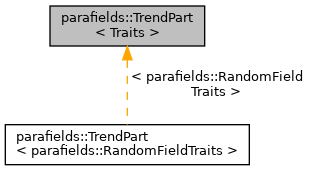
Above: a00968.png in parafields/parafields-core (Graphviz), before the change. Its source is kept beside it as a00968.dot. Source of this version:
```dot
digraph "parafields::TrendPart&lt; Traits &gt;"
{
  edge [fontname="Helvetica",fontsize="10",labelfontname="Helvetica",labelfontsize="10"];
  node [fontname="Helvetica",fontsize="10",shape=record];
  Node1 [label="parafields::TrendPart\l\< Traits \>",height=0.2,width=0.4,color="black", fillcolor="grey75", style="filled", fontcolor="black",tooltip="Part of random field that consists of deterministic components."];
  Node1 -> Node2 [dir="back",color="orange",fontsize="10",style="dashed",label=" \< parafields::RandomField\lTraits \>" ,fontname="Helvetica"];
  Node2 [label="parafields::TrendPart\l\< parafields::RandomFieldTraits \>",height=0.2,width=0.4,color="black", fillcolor="white", style="filled",URL="$a00969.html",tooltip=" "];
}
```
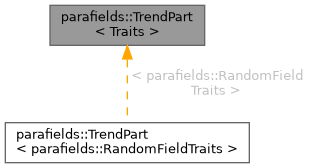
The same diagram one commit later.

Change to the diagram source:
```diff
@@ -1,8 +1,9 @@
 digraph "parafields::TrendPart&lt; Traits &gt;"
 {
-  edge [fontname="Helvetica",fontsize="10",labelfontname="Helvetica",labelfontsize="10"];
-  node [fontname="Helvetica",fontsize="10",shape=record];
-  Node1 [label="parafields::TrendPart\l\< Traits \>",height=0.2,width=0.4,color="black", fillcolor="grey75", style="filled", fontcolor="black",tooltip="Part of random field that consists of deterministic components."];
-  Node1 -> Node2 [dir="back",color="orange",fontsize="10",style="dashed",label=" \< parafields::RandomField\lTraits \>" ,fontname="Helvetica"];
-  Node2 [label="parafields::TrendPart\l\< parafields::RandomFieldTraits \>",height=0.2,width=0.4,color="black", fillcolor="white", style="filled",URL="$a00969.html",tooltip=" "];
+  bgcolor="transparent";
+  edge [fontname=Helvetica,fontsize=10,labelfontname=Helvetica,labelfontsize=10];
+  node [fontname=Helvetica,fontsize=10,shape=box,height=0.2,width=0.4];
+  Node1 [id="Node000001",label="parafields::TrendPart\l\< Traits \>",height=0.2,width=0.4,color="gray40", fillcolor="grey60", style="filled", fontcolor="black",tooltip="Part of random field that consists of deterministic components."];
+  Node1 -> Node2 [id="edge1_Node000001_Node000002",dir="back",color="orange",style="dashed",tooltip=" ",label=" \< parafields::RandomField\lTraits \>",fontcolor="grey" ];
+  Node2 [id="Node000002",label="parafields::TrendPart\l\< parafields::RandomFieldTraits \>",height=0.2,width=0.4,color="gray40", fillcolor="white", style="filled",URL="$a00969.html",tooltip=" "];
 }
```
